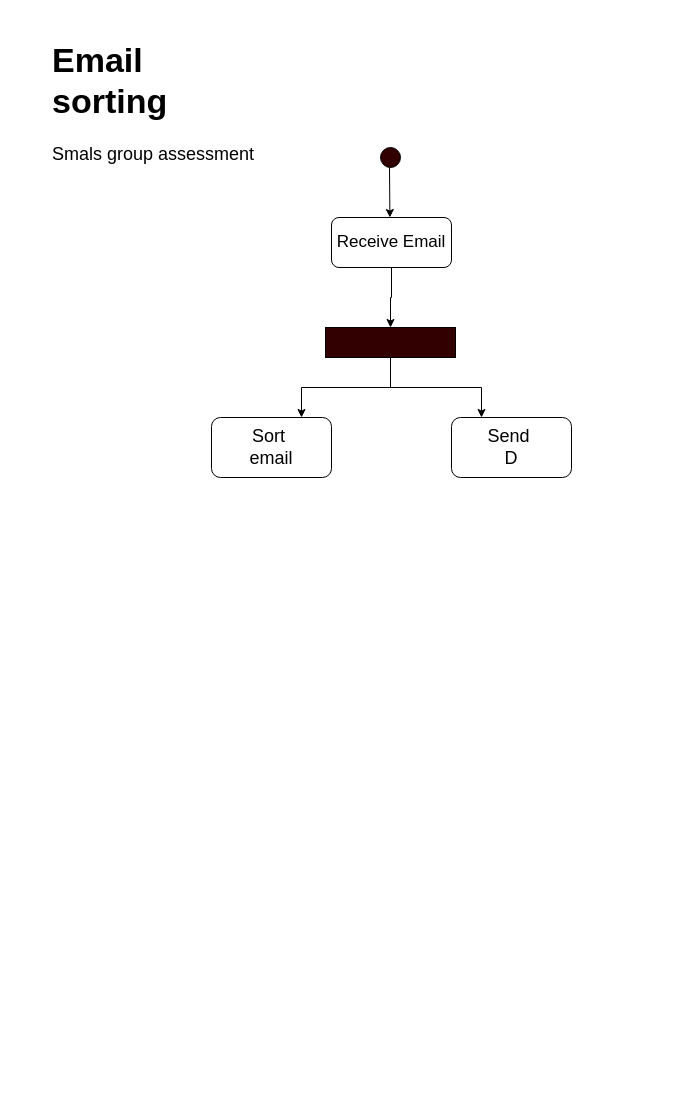
Above: Untitled Diagram.drawio in JilaniN/Smals-Presentation (draw.io), before the change. Source tidied: cells renumbered, new cells numbered last; positions are measured from the earlier drawing's top-left corner, leaving out a move shared by most shapes. Both pictures are drawn from the tidied source at 100%, with x=0, y=0 at pixel (47, 27).
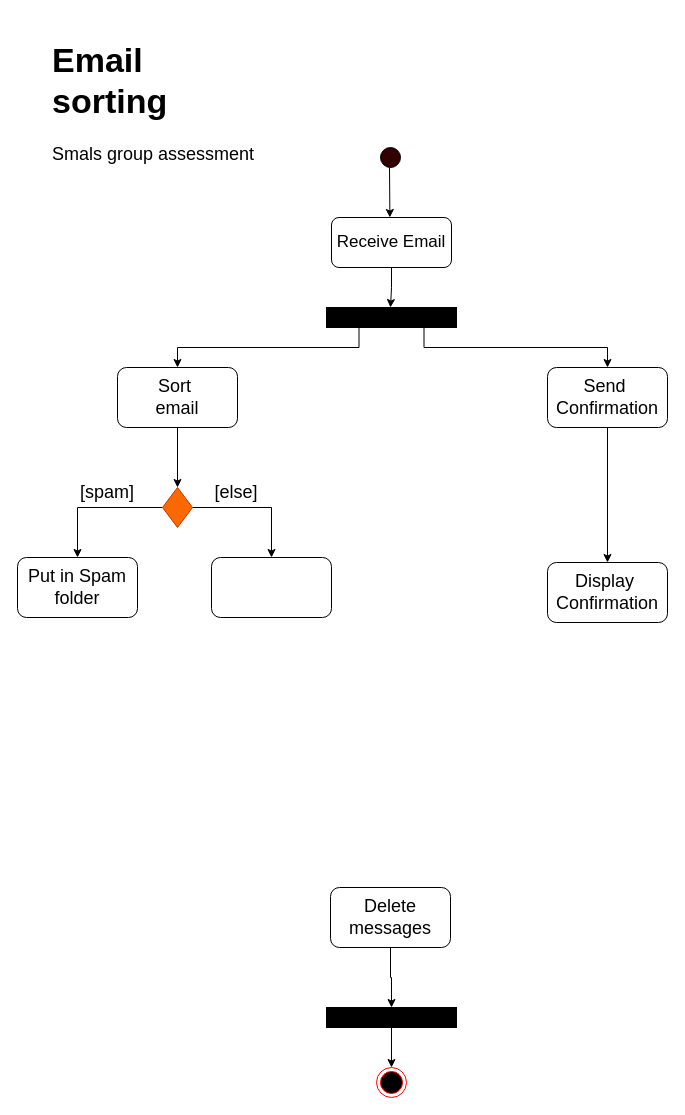
Above is the later version.

The change refers to these unchanged cells:
```xml
<mxCell id="5" value="&lt;font style=&quot;font-size: 17px;&quot;&gt;Receive Email&lt;/font&gt;" style="rounded=1;whiteSpace=wrap;html=1;fillColor=#FFFFFF;" parent="1" vertex="1">
  <mxGeometry x="284" y="190" width="120" height="50" as="geometry" />
</mxCell>
```

Diff of the diagram source:
```diff
@@
-    <mxCell id="4" style="edgeStyle=orthogonalEdgeStyle;rounded=0;jettySize=auto;html=1;fontSize=18;" parent="1" edge="1" source="5" target="9">
-      <mxGeometry relative="1" as="geometry" />
+    <mxCell id="4" style="edgeStyle=orthogonalEdgeStyle;rounded=0;jettySize=auto;html=1;fontSize=18;" parent="1" edge="1" source="5">
+      <mxGeometry relative="1" as="geometry">
+        <mxPoint x="343" y="280" as="targetPoint" />
+      </mxGeometry>
     </mxCell>
@@
+    <mxCell id="8" style="edgeStyle=orthogonalEdgeStyle;rounded=0;jettySize=auto;html=1;entryX=0.5;entryY=0;entryDx=0;entryDy=0;fontSize=18;exitX=0.75;exitY=1;exitDx=0;exitDy=0;" parent="1" edge="1" source="9" target="11">
+      <mxGeometry relative="1" as="geometry" />
+    </mxCell>
-    <mxCell id="7" style="edgeStyle=orthogonalEdgeStyle;rounded=0;jettySize=auto;html=1;entryX=0.75;entryY=0;entryDx=0;entryDy=0;fontSize=18;" parent="1" edge="1" source="9" target="10">
+    <mxCell id="7" style="edgeStyle=orthogonalEdgeStyle;rounded=0;jettySize=auto;html=1;entryX=0.5;entryY=0;entryDx=0;entryDy=0;fontSize=18;exitX=0.25;exitY=1;exitDx=0;exitDy=0;" parent="1" edge="1" source="9" target="10">
       <mxGeometry relative="1" as="geometry" />
     </mxCell>
-    <mxCell id="8" style="edgeStyle=orthogonalEdgeStyle;rounded=0;jettySize=auto;html=1;entryX=0.25;entryY=0;entryDx=0;entryDy=0;fontSize=18;" parent="1" edge="1" source="9" target="11">
-      <mxGeometry relative="1" as="geometry" />
-    </mxCell>
-    <mxCell id="9" style="rounded=0;whiteSpace=wrap;html=1;fontSize=18;fillColor=#330000;" parent="1" vertex="1">
-      <mxGeometry x="278" y="300" width="130" height="30" as="geometry" />
+    <mxCell id="9" style="rounded=0;whiteSpace=wrap;html=1;fontSize=18;fillColor=#000000;" parent="1" vertex="1">
+      <mxGeometry x="279" y="280" width="130" height="20" as="geometry" />
     </mxCell>
+    <mxCell id="12" style="edgeStyle=orthogonalEdgeStyle;rounded=0;jettySize=auto;html=1;fontSize=18;endSize=6;entryX=0.5;entryY=0;entryDx=0;entryDy=0;" parent="1" edge="1" source="10" target="17">
+      <mxGeometry relative="1" as="geometry" />
+    </mxCell>
     <mxCell id="10" value="Sort&amp;nbsp;&lt;br&gt;email" style="rounded=1;whiteSpace=wrap;html=1;fontSize=18;fillColor=#FFFFFF;" parent="1" vertex="1">
-      <mxGeometry x="164" y="390" width="120" height="60" as="geometry" />
+      <mxGeometry x="70" y="340" width="120" height="60" as="geometry" />
     </mxCell>
+    <mxCell id="13" style="edgeStyle=orthogonalEdgeStyle;rounded=0;jettySize=auto;html=1;fontSize=18;" parent="1" edge="1" source="11" target="14">
+      <mxGeometry relative="1" as="geometry" />
+    </mxCell>
-    <mxCell id="11" value="Send&amp;nbsp;&lt;br&gt;D" style="rounded=1;whiteSpace=wrap;html=1;fontSize=18;fillColor=#FFFFFF;" parent="1" vertex="1">
-      <mxGeometry x="404" y="390" width="120" height="60" as="geometry" />
+    <mxCell id="11" value="Send&amp;nbsp;&lt;br&gt;Confirmation" style="rounded=1;whiteSpace=wrap;html=1;fontSize=18;fillColor=#FFFFFF;" parent="1" vertex="1">
+      <mxGeometry x="500" y="340" width="120" height="60" as="geometry" />
     </mxCell>
+    <mxCell id="14" value="Display&amp;nbsp;&lt;br&gt;Confirmation" style="rounded=1;whiteSpace=wrap;html=1;fontSize=18;fillColor=#FFFFFF;" parent="1" vertex="1">
+      <mxGeometry x="500" y="535" width="120" height="60" as="geometry" />
+    </mxCell>
+    <mxCell id="15" style="edgeStyle=orthogonalEdgeStyle;rounded=0;jettySize=auto;html=1;fontSize=18;" parent="1" edge="1" source="17" target="18">
+      <mxGeometry relative="1" as="geometry" />
+    </mxCell>
+    <mxCell id="16" style="edgeStyle=orthogonalEdgeStyle;rounded=0;jettySize=auto;html=1;fontSize=18;endSize=6;entryX=0.5;entryY=0;entryDx=0;entryDy=0;" parent="1" edge="1" source="17" target="19">
+      <mxGeometry relative="1" as="geometry" />
+    </mxCell>
+    <mxCell id="17" style="rhombus;whiteSpace=wrap;html=1;fontSize=18;fillColor=#fa6800;fontColor=#000000;strokeColor=#C73500;" parent="1" vertex="1">
+      <mxGeometry x="115" y="460" width="30" height="40" as="geometry" />
+    </mxCell>
+    <mxCell id="18" value="Put in Spam folder" style="rounded=1;whiteSpace=wrap;html=1;fontSize=18;" parent="1" vertex="1">
+      <mxGeometry x="-30" y="530" width="120" height="60" as="geometry" />
+    </mxCell>
+    <mxCell id="19" style="rounded=1;whiteSpace=wrap;html=1;fontSize=18;" parent="1" vertex="1">
+      <mxGeometry x="164" y="530" width="120" height="60" as="geometry" />
+    </mxCell>
+    <mxCell id="20" value="[spam]" style="text;html=1;strokeColor=none;fillColor=none;align=center;verticalAlign=middle;whiteSpace=wrap;rounded=0;fontSize=18;" parent="1" vertex="1">
+      <mxGeometry x="30" y="450" width="60" height="30" as="geometry" />
+    </mxCell>
+    <mxCell id="21" value="[else]" style="text;html=1;strokeColor=none;fillColor=none;align=center;verticalAlign=middle;whiteSpace=wrap;rounded=0;fontSize=18;" parent="1" vertex="1">
+      <mxGeometry x="159" y="450" width="60" height="30" as="geometry" />
+    </mxCell>
+    <mxCell id="22" style="edgeStyle=orthogonalEdgeStyle;rounded=0;jettySize=auto;html=1;exitX=0.5;exitY=1;exitDx=0;exitDy=0;entryX=0.5;entryY=0;entryDx=0;entryDy=0;fontSize=18;endSize=6;" parent="1" edge="1" source="23" target="24">
+      <mxGeometry relative="1" as="geometry" />
+    </mxCell>
+    <mxCell id="23" style="rounded=0;whiteSpace=wrap;html=1;fontSize=18;fillColor=#000000;" parent="1" vertex="1">
+      <mxGeometry x="279" y="980" width="130" height="20" as="geometry" />
+    </mxCell>
+    <mxCell id="24" style="ellipse;html=1;shape=endState;fillColor=#000000;strokeColor=#ff0000;fontSize=18;" parent="1" vertex="1">
+      <mxGeometry x="329" y="1040" width="30" height="30" as="geometry" />
+    </mxCell>
+    <mxCell id="25" style="edgeStyle=orthogonalEdgeStyle;rounded=0;jettySize=auto;html=1;fontSize=18;endSize=6;" parent="1" edge="1" source="26" target="23">
+      <mxGeometry relative="1" as="geometry" />
+    </mxCell>
+    <mxCell id="26" value="Delete messages" style="rounded=1;whiteSpace=wrap;html=1;fontSize=18;" parent="1" vertex="1">
+      <mxGeometry x="283" y="860" width="120" height="60" as="geometry" />
+    </mxCell>
```
